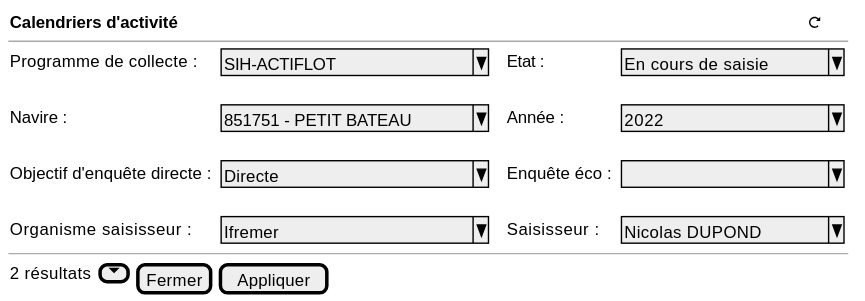
Earlier version of the PlantUML export projects/activity-calendar/spe/images/activity-calendar-table-filters.svg (sumaris-net/sumaris-doc).
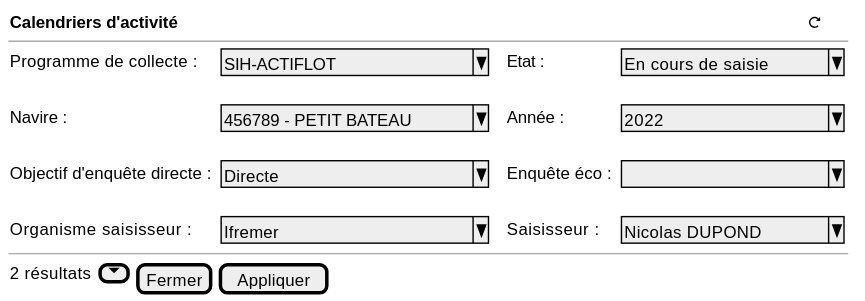
The same diagram one commit later.

Diff of the diagram source:
```diff
@@ -7,7 +7,7 @@
     {
         Programme de collecte : | . | ^ SIH-ACTIFLOT         ^ | . | . | Etat :   | . | ^En cours de saisie^
         .
-        Navire : | . | ^ 851751 - PETIT BATEAU^ | . | . | Année : | . | ^ 2022             ^
+        Navire : | . | ^ 456789 - PETIT BATEAU^ | . | . | Année : | . | ^ 2022             ^
         .
         Objectif d'enquête directe :   | . |^ Directe              ^ |  . | . | Enquête éco :   | . | ^                  ^
         .
```
